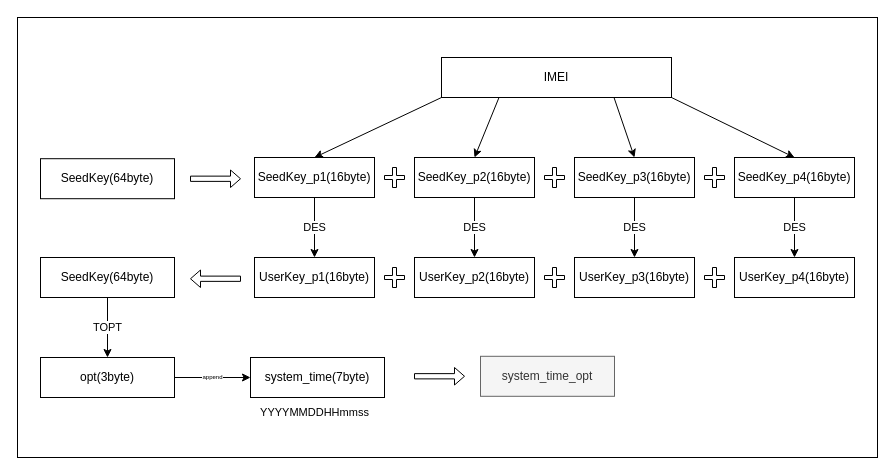
Before: Untitled Diagram.drawio in buff0000/draw.io, a draw.io diagram. Source tidied: cells renumbered, new cells numbered last; positions are measured from the earlier drawing's top-left corner, leaving out a move shared by most shapes. Both pictures are drawn from the tidied source at 100%, with x=0, y=0 at pixel (17, 17).
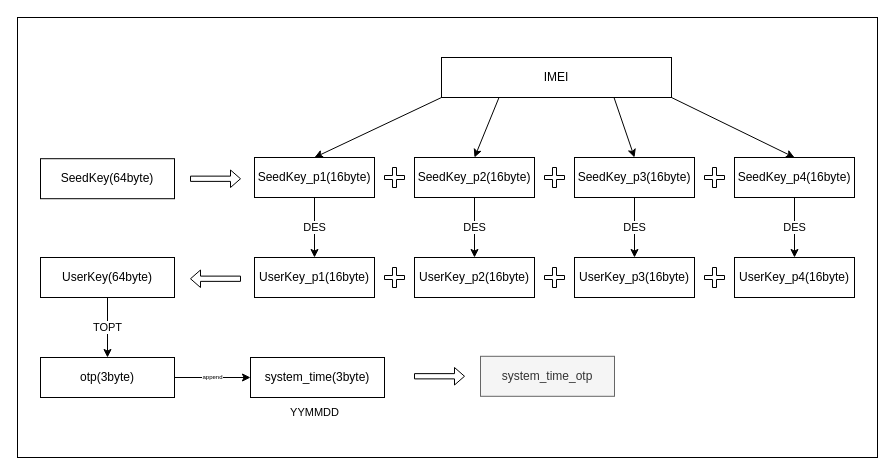
The same diagram, later.

What changed in the source:
```diff
@@
-    <mxCell id="25" value="SeedKey(64byte)" style="rounded=0;whiteSpace=wrap;html=1;" parent="1" vertex="1">
+    <mxCell id="25" value="UserKey(64byte)" style="rounded=0;whiteSpace=wrap;html=1;" parent="1" vertex="1">
       <mxGeometry x="23" y="240" width="134" height="40" as="geometry" />
     </mxCell>
@@
-    <mxCell id="32" value="opt(3byte)" style="rounded=0;whiteSpace=wrap;html=1;" parent="1" vertex="1">
+    <mxCell id="32" value="otp(3byte)" style="rounded=0;whiteSpace=wrap;html=1;" parent="1" vertex="1">
       <mxGeometry x="23" y="340" width="134" height="40" as="geometry" />
     </mxCell>
-    <mxCell id="33" value="system_time(7byte)&lt;br&gt;" style="rounded=0;whiteSpace=wrap;html=1;" parent="1" vertex="1">
+    <mxCell id="33" value="system_time(3byte)" style="rounded=0;whiteSpace=wrap;html=1;" parent="1" vertex="1">
       <mxGeometry x="233" y="340" width="134" height="40" as="geometry" />
     </mxCell>
-    <mxCell id="34" value="&lt;font style=&quot;font-size: 11px&quot;&gt;YYYYMMDDHHmmss&lt;/font&gt;" style="text;html=1;align=center;verticalAlign=middle;fontSize=6;" parent="1" vertex="1">
-      <mxGeometry x="232" y="390" width="130" height="10" as="geometry" />
+    <mxCell id="34" value="&lt;font style=&quot;font-size: 11px&quot;&gt;YYMMDD&lt;/font&gt;" style="text;html=1;align=center;verticalAlign=middle;fontSize=6;" parent="1" vertex="1">
+      <mxGeometry x="262" y="390" width="70" height="10" as="geometry" />
     </mxCell>
-    <mxCell id="35" value="system_time_opt" style="rounded=0;whiteSpace=wrap;html=1;fillColor=#f5f5f5;strokeColor=#666666;fontColor=#333333;" parent="1" vertex="1">
+    <mxCell id="35" value="system_time_otp" style="rounded=0;whiteSpace=wrap;html=1;fillColor=#f5f5f5;strokeColor=#666666;fontColor=#333333;" parent="1" vertex="1">
       <mxGeometry x="463" y="338.8" width="134" height="40" as="geometry" />
     </mxCell>
```
